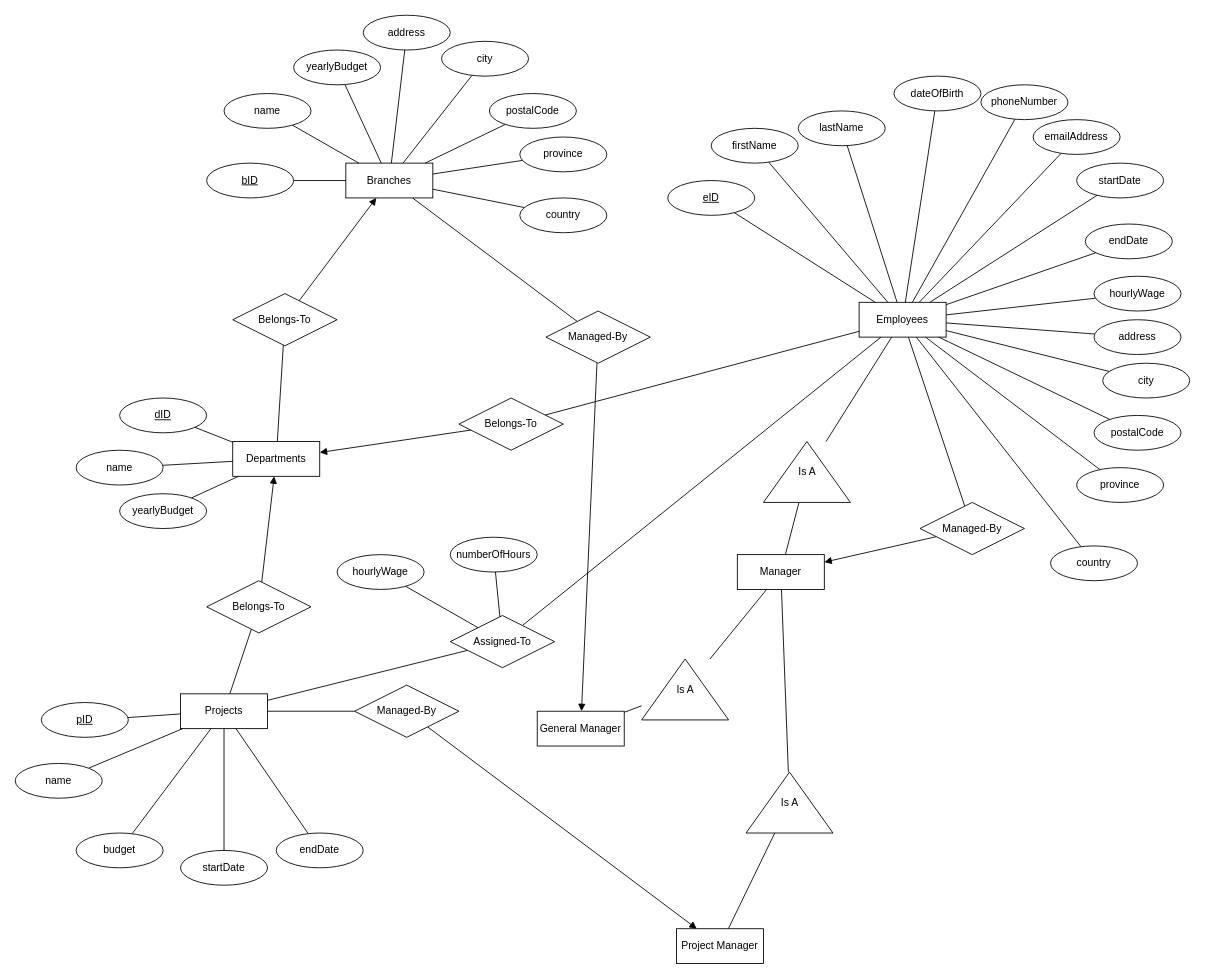
sobhan-m/comp353 keeps this draw.io diagram as comp353-a2/er-diagram.drawio. Above is the earlier version. Source tidied: cells renumbered, new cells numbered last; positions are measured from the earlier drawing's top-left corner, leaving out a move shared by most shapes. Both pictures are drawn from the tidied source at 87%, with x=0, y=0 at pixel (15, 15).
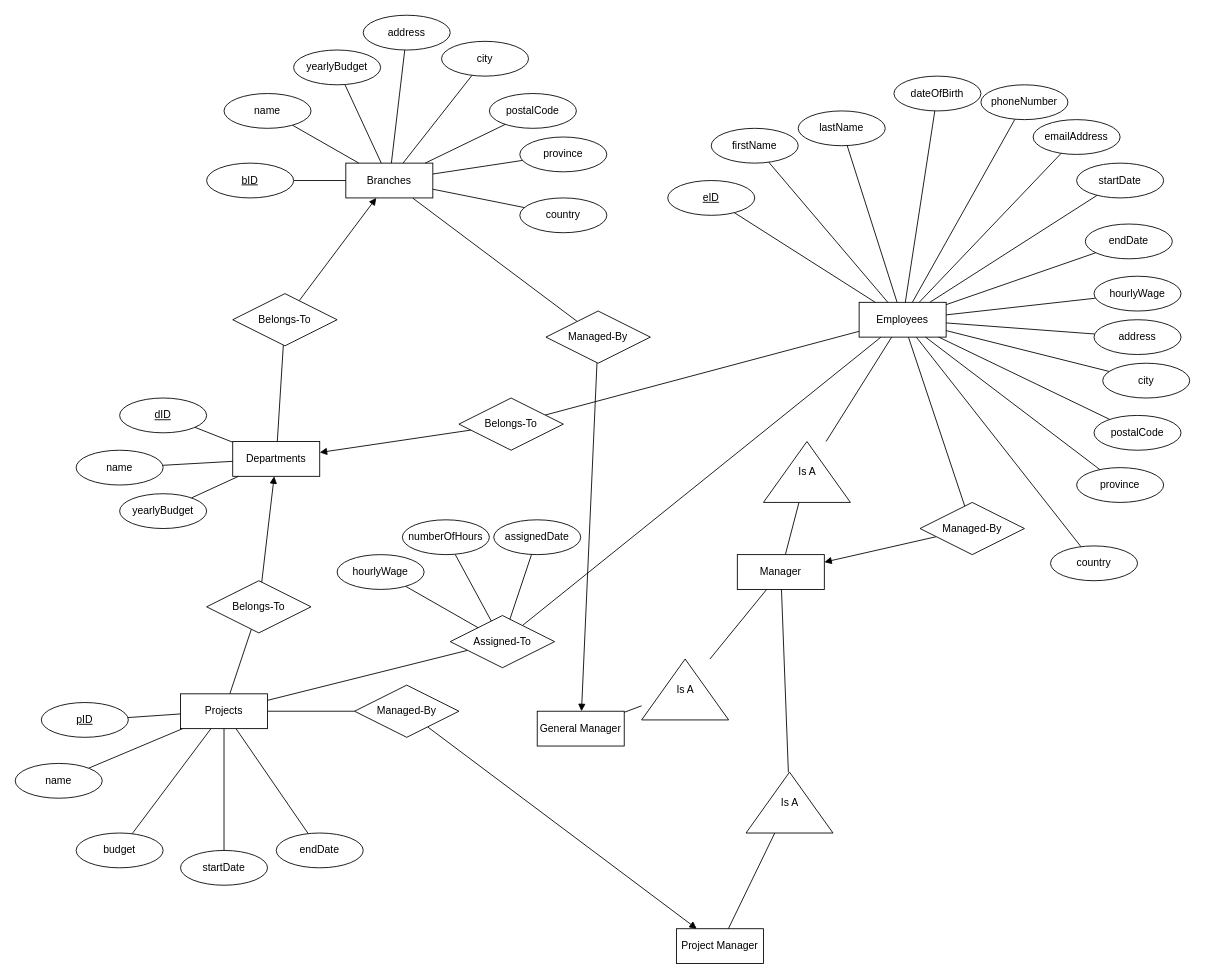
After the change.

Unchanged cells that the change refers to:
```xml
<mxCell id="98" value="Assigned-To" style="shape=rhombus;perimeter=rhombusPerimeter;whiteSpace=wrap;html=1;align=center;" parent="1" vertex="1">
  <mxGeometry x="500" y="690" width="120" height="60" as="geometry" />
</mxCell>
```

What changed in the source:
```diff
@@
     <mxCell id="102" value="numberOfHours" style="ellipse;whiteSpace=wrap;html=1;align=center;" parent="1" vertex="1">
-      <mxGeometry x="500" y="600" width="100" height="40" as="geometry" />
+      <mxGeometry x="445" y="580" width="100" height="40" as="geometry" />
     </mxCell>
+    <mxCell id="103" style="edgeStyle=none;rounded=0;jettySize=auto;html=1;endArrow=none;endFill=0;" parent="1" edge="1" source="104" target="98">
+      <mxGeometry relative="1" as="geometry" />
+    </mxCell>
+    <mxCell id="104" value="assignedDate" style="ellipse;whiteSpace=wrap;html=1;align=center;" parent="1" vertex="1">
+      <mxGeometry x="550" y="580" width="100" height="40" as="geometry" />
+    </mxCell>
```
